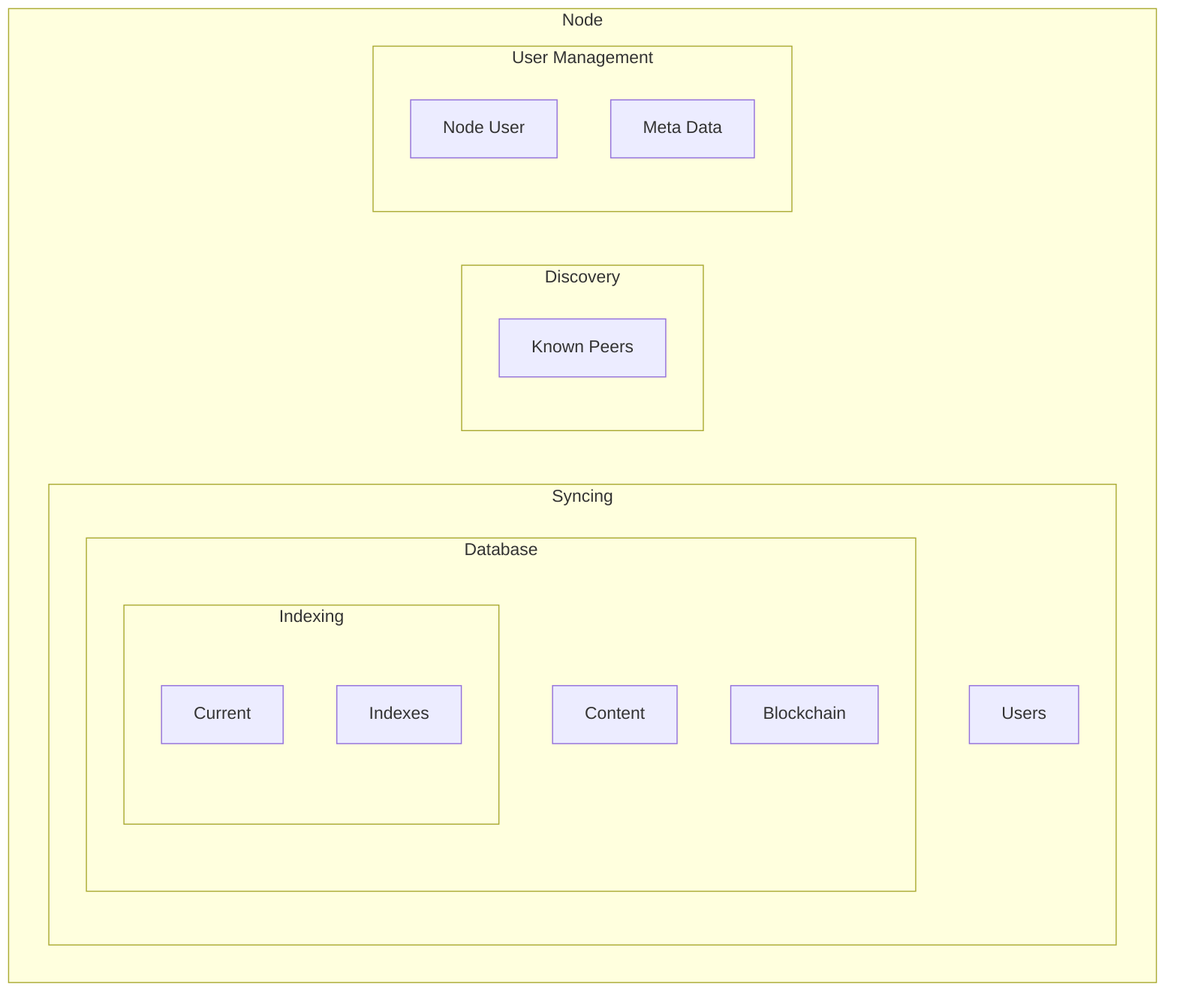
This is docs/diagrams/system-node-stack.png from social-production/planning, a Mermaid export, as it was before one commit. Its source is kept beside it as docs/diagrams/system-node-stack.mmd.
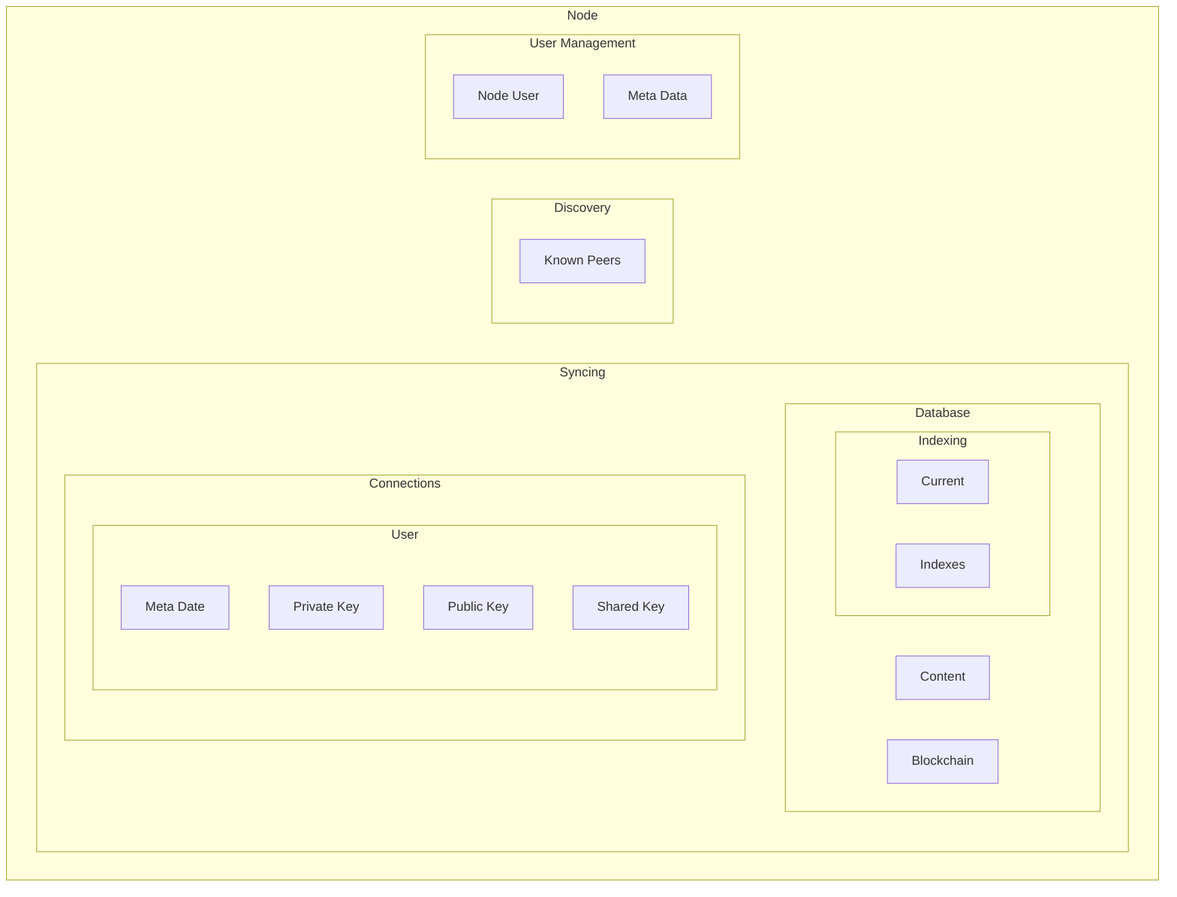
The same diagram one commit later.

Commit message:
Add connections workflow diagram and regenerate all images

Change to the diagram source:
```diff
@@ -9,7 +9,14 @@
                     INDEXES["Indexes"]
                 end
             end
-            USERS["Users"]
+            subgraph CONNECTIONS["Connections"]
+                subgraph USERS["User"]
+                    USRMETA["Meta Date"]
+                    USRPRV["Private Key"]
+                    USRPUB["Public Key"]
+                    USRSHRD["Shared Key"]
+                end
+            end
         end
         subgraph DISC["Discovery"]
             KNOWN["Known Peers"]
```
